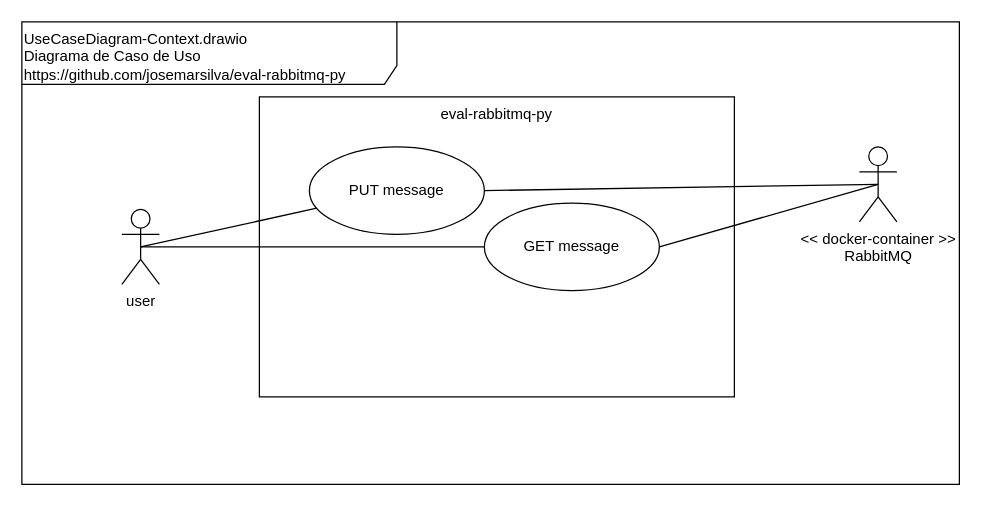
Earlier version of the draw.io diagram doc/uml-diagrams/UseCaseDiagram-Context.drawio (josemarsilva/eval-rabbitmq-py). Source tidied: cells renumbered, new cells numbered last; positions are measured from the earlier drawing's top-left corner, leaving out a move shared by most shapes. Both pictures are drawn from the tidied source at 125%, with x=0, y=0 at pixel (21, 21).
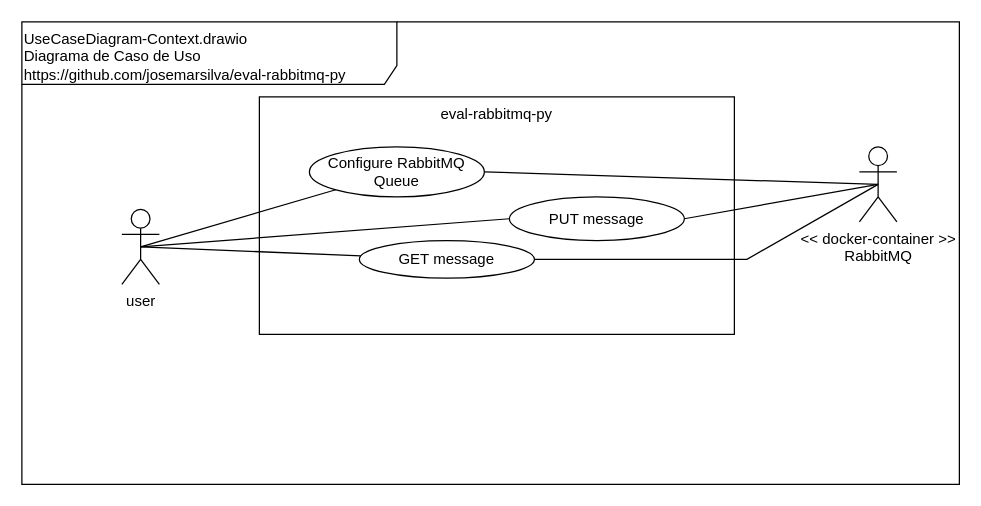
The same diagram, later.

Change to the diagram source:
```diff
@@
 <mxGraphModel>
   <root>
     <mxCell id="0" />
     <mxCell id="1" parent="0" />
     <mxCell id="2" value="UseCaseDiagram-Context.drawio&lt;br&gt;Diagrama de Caso de Uso&lt;br&gt;https://github.com/josemarsilva/eval-rabbitmq-py" style="shape=umlFrame;whiteSpace=wrap;html=1;width=300;height=50;verticalAlign=top;align=left;" parent="1" vertex="1">
       <mxGeometry width="750" height="370" as="geometry" />
     </mxCell>
     <mxCell id="3" value="&lt;div style=&quot;text-align: center&quot;&gt;user&lt;/div&gt;" style="shape=umlActor;verticalLabelPosition=bottom;labelBackgroundColor=#ffffff;verticalAlign=top;html=1;align=center;" parent="1" vertex="1">
       <mxGeometry x="80" y="150" width="30" height="60" as="geometry" />
     </mxCell>
     <mxCell id="4" value="&lt;div style=&quot;text-align: center&quot;&gt;&lt;span&gt;eval-rabbitmq-py&lt;/span&gt;&lt;/div&gt;" style="rounded=0;whiteSpace=wrap;html=1;align=center;verticalAlign=top;" parent="1" vertex="1">
-      <mxGeometry x="190" y="60" width="380" height="240" as="geometry" />
+      <mxGeometry x="190" y="60" width="380" height="190" as="geometry" />
     </mxCell>
-    <mxCell id="5" value="PUT message" style="ellipse;whiteSpace=wrap;html=1;align=center;" parent="1" vertex="1">
-      <mxGeometry x="230" y="100" width="140" height="70" as="geometry" />
+    <mxCell id="5" value="Configure RabbitMQ&lt;br&gt;Queue" style="ellipse;whiteSpace=wrap;html=1;align=center;" parent="1" vertex="1">
+      <mxGeometry x="230" y="100" width="140" height="40" as="geometry" />
     </mxCell>
     <mxCell id="6" style="rounded=0;jettySize=auto;html=1;endArrow=none;endFill=0;exitX=0.5;exitY=0.5;exitDx=0;exitDy=0;exitPerimeter=0;" parent="1" edge="1" source="3" target="5">
       <mxGeometry relative="1" as="geometry" />
     </mxCell>
-    <mxCell id="7" value="GET message" style="ellipse;whiteSpace=wrap;html=1;align=center;" parent="1" vertex="1">
-      <mxGeometry x="370" y="145" width="140" height="70" as="geometry" />
+    <mxCell id="7" value="PUT message" style="ellipse;whiteSpace=wrap;html=1;align=center;" parent="1" vertex="1">
+      <mxGeometry x="390" y="140" width="140" height="35" as="geometry" />
     </mxCell>
     <mxCell id="8" style="rounded=0;jettySize=auto;html=1;endArrow=none;endFill=0;entryX=0;entryY=0.5;entryDx=0;entryDy=0;exitX=0.5;exitY=0.5;exitDx=0;exitDy=0;exitPerimeter=0;" parent="1" edge="1" source="3" target="7">
       <mxGeometry relative="1" as="geometry" />
     </mxCell>
     <mxCell id="9" value="&lt;div style=&quot;text-align: center&quot;&gt;&amp;lt;&amp;lt; docker-container &amp;gt;&amp;gt;&lt;/div&gt;&lt;div style=&quot;text-align: center&quot;&gt;RabbitMQ&lt;/div&gt;" style="shape=umlActor;verticalLabelPosition=bottom;labelBackgroundColor=#ffffff;verticalAlign=top;html=1;align=center;" parent="1" vertex="1">
       <mxGeometry x="670" y="100" width="30" height="60" as="geometry" />
     </mxCell>
     <mxCell id="10" style="rounded=0;jettySize=auto;html=1;endArrow=none;endFill=0;exitX=1;exitY=0.5;exitDx=0;exitDy=0;entryX=0.5;entryY=0.5;entryDx=0;entryDy=0;entryPerimeter=0;" parent="1" edge="1" source="5" target="9">
       <mxGeometry relative="1" as="geometry" />
     </mxCell>
     <mxCell id="11" style="rounded=0;jettySize=auto;html=1;endArrow=none;endFill=0;exitX=1;exitY=0.5;exitDx=0;exitDy=0;entryX=0.5;entryY=0.5;entryDx=0;entryDy=0;entryPerimeter=0;" parent="1" edge="1" source="7" target="9">
       <mxGeometry relative="1" as="geometry" />
     </mxCell>
+    <mxCell id="12" value="GET message" style="ellipse;whiteSpace=wrap;html=1;align=center;" parent="1" vertex="1">
+      <mxGeometry x="270" y="175" width="140" height="30" as="geometry" />
+    </mxCell>
+    <mxCell id="13" style="rounded=0;jettySize=auto;html=1;endArrow=none;endFill=0;exitX=0.5;exitY=0.5;exitDx=0;exitDy=0;exitPerimeter=0;" parent="1" edge="1" source="3" target="12">
+      <mxGeometry relative="1" as="geometry" />
+    </mxCell>
+    <mxCell id="14" style="rounded=0;jettySize=auto;html=1;endArrow=none;endFill=0;exitX=1;exitY=0.5;exitDx=0;exitDy=0;entryX=0.5;entryY=0.5;entryDx=0;entryDy=0;entryPerimeter=0;" parent="1" edge="1" source="12" target="9">
+      <mxGeometry relative="1" as="geometry">
+        <Array as="points">
+          <mxPoint x="580" y="190" />
+        </Array>
+      </mxGeometry>
+    </mxCell>
   </root>
 </mxGraphModel>
```
